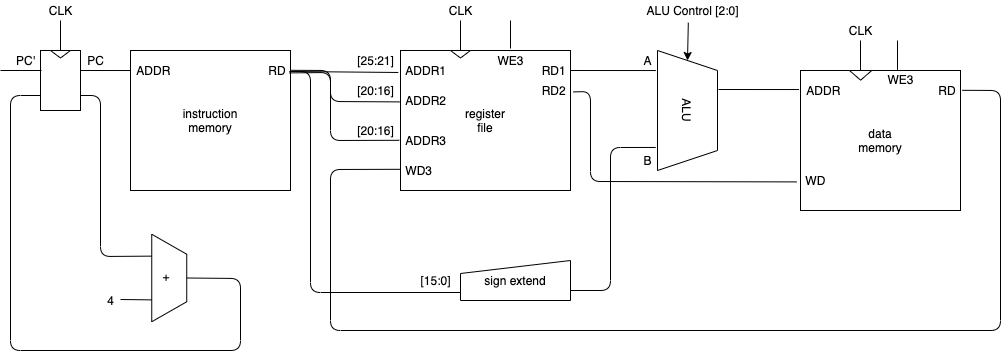
0n1shi/fpga-mips keeps this draw.io diagram as doc/architecture.drawio.png. Above is the earlier version. Source tidied: cells renumbered, new cells last; positions are measured from the earlier drawing's top-left corner, leaving out a move shared by most shapes.
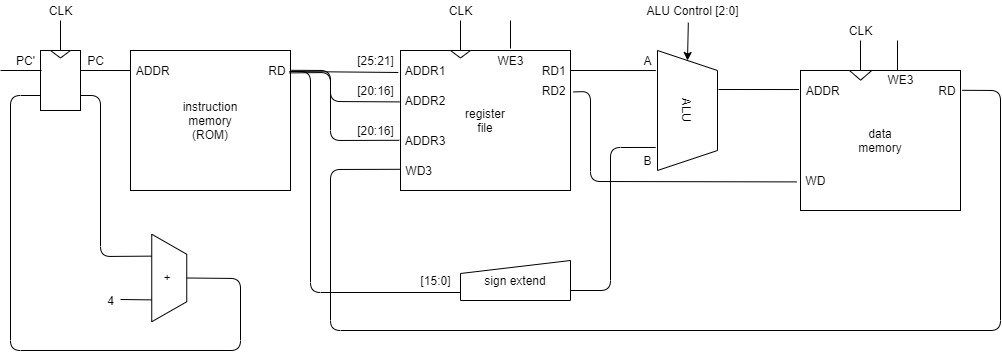
Later version of the same file.

What changed in the source:
```diff
@@ -31,7 +31,7 @@
     <mxCell id="9" style="group;" parent="1" vertex="1">
       <mxGeometry x="130" y="50" width="160" height="140" as="geometry" />
     </mxCell>
-    <mxCell id="10" value="instruction&lt;br&gt;memory" style="rounded=0;whiteSpace=wrap;html=1;" parent="9" vertex="1">
+    <mxCell id="10" value="instruction&lt;br&gt;memory&lt;br&gt;(ROM)" style="rounded=0;whiteSpace=wrap;html=1;" parent="9" vertex="1">
       <mxGeometry width="160" height="140" as="geometry" />
     </mxCell>
     <mxCell id="11" value="&amp;nbsp;ADDR" style="text;html=1;align=left;verticalAlign=middle;" parent="9" vertex="1">
```
